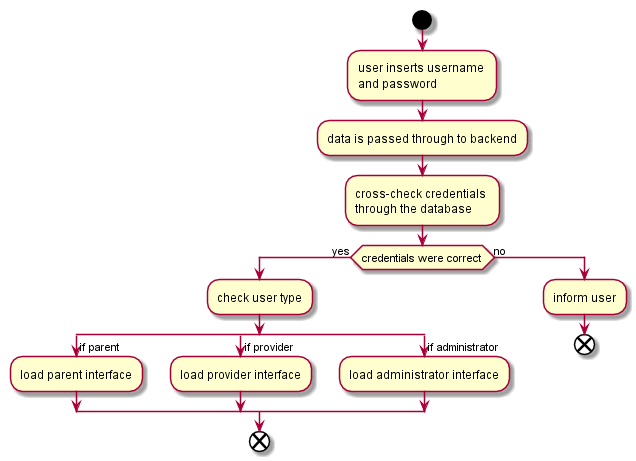
The PlantUML diagram plantUml/PNGs/Activity-userAuthentication.png in OrestisKariotis/Stack-Over-Flowers, before a commit.
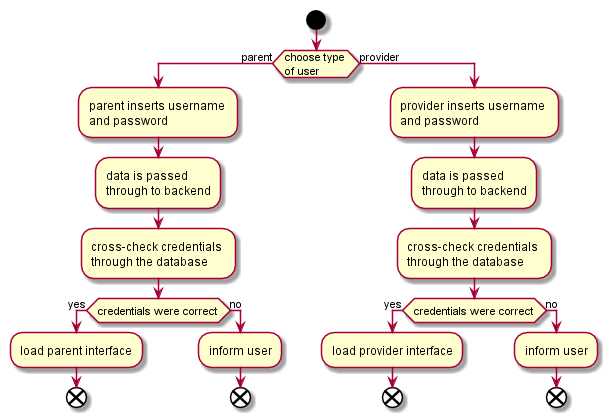
Later version of the same file.

The edit, as a diff of the source:
```diff
@@ -1,26 +1,29 @@
 @startuml
 
 start
-:user inserts username \nand password;
-:data is passed through to backend;
-:cross-check credentials \nthrough the database;
+if (choose type \nof user) then (parent)
+	:parent inserts username \nand password;
+	:data is passed \nthrough to backend;
+	:cross-check credentials \nthrough the database;
 
-if (credentials were correct) then (yes)
-	:check user type;
-	split
-	->if parent;
-	:load parent interface;
-	split again
-	->if provider;
-	:load provider interface;
-	split again
-	->if administrator;
-	:load administrator interface;
-	end split
-	end
-else (no)
-	:inform user;
-	end
+	if (credentials were correct) then (yes)
+		:load parent interface;
+		end
+	else (no)
+		:inform user;
+		end
+	endif
+else (provider)
+	:provider inserts username \nand password;
+	:data is passed \nthrough to backend;
+	:cross-check credentials \nthrough the database;
+	if (credentials were correct) then (yes)
+		:load provider interface;
+		end
+	else (no)
+		:inform user;
+		end
+	endif
 endif
 
 @enduml
```
